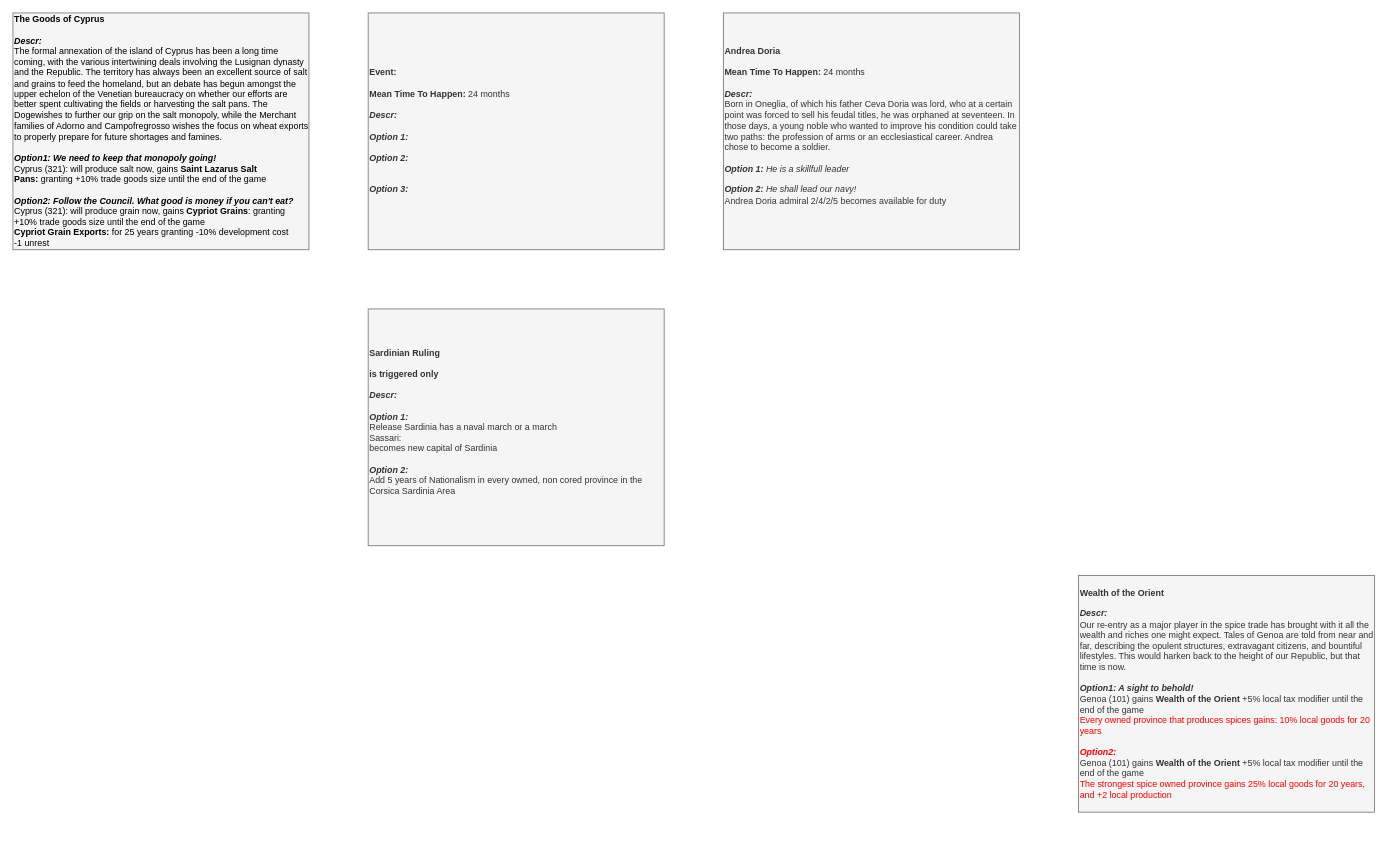
Earlier version of the draw.io diagram page "Events" (2 of 3) of It's Pesto Time/It's Pesto Time 0.2.drawio (Melvasul/Missions-Expanded). Source tidied: cells renumbered, new cells numbered last; positions are measured from the earlier drawing's top-left corner, leaving out a move shared by most shapes. Both pictures are drawn from the tidied source at 74%, with x=0, y=0 at pixel (13, 13).
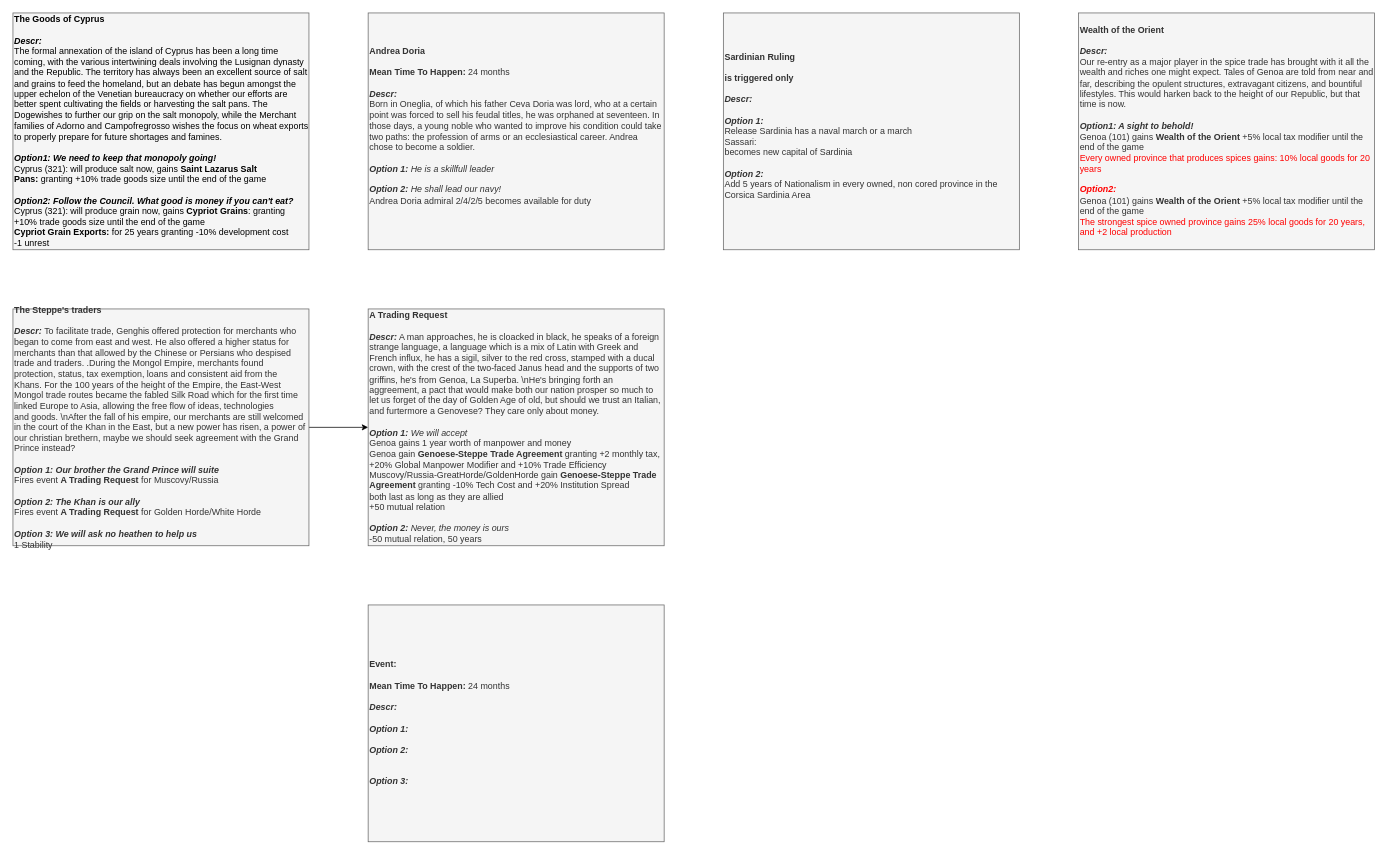
After the change.

Diff of the diagram source:
```diff
@@
 <mxGraphModel>
   <root>
     <mxCell id="0" />
     <mxCell id="1" parent="0" />
     <mxCell id="2" value="&lt;div style=&quot;font-size: 12px&quot;&gt;&lt;b&gt;Event:&lt;/b&gt;&lt;/div&gt;&lt;div style=&quot;font-size: 12px&quot;&gt;&lt;b&gt;&lt;br&gt;&lt;/b&gt;&lt;/div&gt;&lt;div style=&quot;font-size: 12px&quot;&gt;&lt;b&gt;Mean Time To Happen: &lt;/b&gt;24 months&lt;/div&gt;&lt;div style=&quot;font-size: 12px&quot;&gt;&lt;b&gt;&lt;br&gt;&lt;/b&gt;&lt;/div&gt;&lt;div&gt;&lt;font&gt;&lt;div style=&quot;font-size: 12px&quot;&gt;&lt;b style=&quot;font-size: 12px&quot;&gt;&lt;i style=&quot;font-size: 12px&quot;&gt;Descr:&lt;/i&gt;&lt;/b&gt;&lt;/div&gt;&lt;/font&gt;&lt;/div&gt;&lt;div&gt;&lt;br&gt;&lt;/div&gt;&lt;div style=&quot;font-size: 12px&quot;&gt;&lt;/div&gt;&lt;font&gt;&lt;b style=&quot;font-size: 12px ; font-style: italic&quot;&gt;Option 1:&lt;/b&gt;&lt;span style=&quot;font-size: 12px ; font-style: italic&quot;&gt; &lt;/span&gt;&lt;br&gt;&lt;br&gt;&lt;span style=&quot;font-size: 12px&quot;&gt;&lt;i&gt;&lt;b&gt;Option 2:&lt;/b&gt;&amp;nbsp;&lt;/i&gt;&lt;/span&gt;&lt;br&gt;&lt;div&gt;&lt;br&gt;&lt;/div&gt;&lt;div&gt;&lt;br&gt;&lt;/div&gt;&lt;div&gt;&lt;i style=&quot;font-weight: bold&quot;&gt;Option 3:&amp;nbsp;&lt;/i&gt;&lt;/div&gt;&lt;/font&gt;" style="rounded=0;whiteSpace=wrap;html=1;align=left;fontSize=12;fillColor=#f5f5f5;strokeColor=#666666;fontColor=#333333;" parent="1" vertex="1">
-      <mxGeometry x="480" width="400" height="320" as="geometry" />
+      <mxGeometry x="480" y="800" width="400" height="320" as="geometry" />
     </mxCell>
     <mxCell id="3" value="&lt;div style=&quot;font-size: 12px&quot;&gt;&lt;b&gt;Andrea Doria&lt;/b&gt;&lt;/div&gt;&lt;div style=&quot;font-size: 12px&quot;&gt;&lt;b&gt;&lt;br&gt;&lt;/b&gt;&lt;/div&gt;&lt;div style=&quot;font-size: 12px&quot;&gt;&lt;b&gt;Mean Time To Happen: &lt;/b&gt;24 months&lt;/div&gt;&lt;div style=&quot;font-size: 12px&quot;&gt;&lt;b&gt;&lt;br&gt;&lt;/b&gt;&lt;/div&gt;&lt;div&gt;&lt;font&gt;&lt;div style=&quot;font-size: 12px&quot;&gt;&lt;b style=&quot;font-size: 12px&quot;&gt;&lt;i style=&quot;font-size: 12px&quot;&gt;Descr:&lt;/i&gt;&lt;/b&gt;&lt;/div&gt;&lt;/font&gt;&lt;/div&gt;&lt;div&gt;Born in Oneglia, of which his father Ceva Doria was lord, who at a certain point was forced to sell his feudal titles, he was orphaned at seventeen. In those days, a young noble who wanted to improve his condition could take two paths: the profession of arms or an ecclesiastical career. Andrea chose to become a soldier.&lt;br&gt;&lt;/div&gt;&lt;div&gt;&lt;br&gt;&lt;/div&gt;&lt;div style=&quot;font-size: 12px&quot;&gt;&lt;/div&gt;&lt;font&gt;&lt;b style=&quot;font-size: 12px ; font-style: italic&quot;&gt;Option 1:&lt;/b&gt;&lt;span style=&quot;font-size: 12px ; font-style: italic&quot;&gt;&amp;nbsp;He is a skillfull leader&lt;/span&gt;&lt;br&gt;&lt;br&gt;&lt;span style=&quot;font-size: 12px&quot;&gt;&lt;i&gt;&lt;b&gt;Option 2:&lt;/b&gt;&amp;nbsp;He shall lead our navy!&lt;br&gt;&lt;/i&gt;&lt;/span&gt;Andrea Doria admiral 2/4/2/5 becomes available for duty&lt;br&gt;&lt;div&gt;&lt;br&gt;&lt;/div&gt;&lt;/font&gt;" style="rounded=0;whiteSpace=wrap;html=1;align=left;fontSize=12;fillColor=#f5f5f5;strokeColor=#666666;fontColor=#333333;" parent="1" vertex="1">
-      <mxGeometry x="960" width="400" height="320" as="geometry" />
+      <mxGeometry x="480" width="400" height="320" as="geometry" />
     </mxCell>
     <mxCell id="4" value="&lt;div style=&quot;font-size: 12px&quot;&gt;&lt;b&gt;Sardinian Ruling&lt;/b&gt;&lt;/div&gt;&lt;div style=&quot;font-size: 12px&quot;&gt;&lt;b&gt;&lt;br&gt;&lt;/b&gt;&lt;/div&gt;&lt;div style=&quot;font-size: 12px&quot;&gt;&lt;b&gt;is triggered only&lt;/b&gt;&lt;/div&gt;&lt;div style=&quot;font-size: 12px&quot;&gt;&lt;b&gt;&lt;br&gt;&lt;/b&gt;&lt;/div&gt;&lt;div&gt;&lt;font&gt;&lt;div style=&quot;font-size: 12px&quot;&gt;&lt;b style=&quot;font-size: 12px&quot;&gt;&lt;i style=&quot;font-size: 12px&quot;&gt;Descr:&lt;/i&gt;&lt;/b&gt;&lt;/div&gt;&lt;/font&gt;&lt;/div&gt;&lt;div&gt;&lt;br&gt;&lt;/div&gt;&lt;div style=&quot;font-size: 12px&quot;&gt;&lt;/div&gt;&lt;font&gt;&lt;b style=&quot;font-size: 12px ; font-style: italic&quot;&gt;Option 1:&lt;/b&gt;&lt;span style=&quot;font-size: 12px ; font-style: italic&quot;&gt; &lt;/span&gt;&lt;br&gt;Release Sardinia has a naval march or a march&lt;br&gt;Sassari:&lt;br&gt;becomes new capital of Sardinia&lt;br&gt;&lt;br&gt;&lt;span style=&quot;font-size: 12px&quot;&gt;&lt;i&gt;&lt;b&gt;Option 2:&lt;/b&gt;&amp;nbsp;&lt;/i&gt;&lt;/span&gt;&lt;br&gt;&lt;div&gt;Add 5 years of Nationalism in every owned, non cored province in the Corsica Sardinia Area&lt;/div&gt;&lt;div&gt;&lt;br&gt;&lt;/div&gt;&lt;/font&gt;" style="rounded=0;whiteSpace=wrap;html=1;align=left;fontSize=12;fillColor=#f5f5f5;strokeColor=#666666;fontColor=#333333;" parent="1" vertex="1">
-      <mxGeometry x="480" y="400" width="400" height="320" as="geometry" />
+      <mxGeometry x="960" width="400" height="320" as="geometry" />
     </mxCell>
     <mxCell id="5" value="&lt;div&gt;&lt;font color=&quot;#000000&quot;&gt;&lt;b&gt;The Goods of Cyprus&lt;/b&gt;&lt;br&gt;&lt;/font&gt;&lt;/div&gt;&lt;div&gt;&lt;b&gt;&lt;font color=&quot;#000000&quot;&gt;&lt;br&gt;&lt;/font&gt;&lt;/b&gt;&lt;/div&gt;&lt;div&gt;&lt;font color=&quot;#000000&quot;&gt;&lt;b&gt;&lt;i&gt;Descr:&lt;/i&gt;&lt;/b&gt;&amp;nbsp;&lt;/font&gt;&lt;/div&gt;&lt;div&gt;&lt;font color=&quot;#000000&quot;&gt;The formal annexation of the island of Cyprus has been a long time coming, with the various intertwining deals involving the Lusignan dynasty and the Republic. The territory has always been an excellent source of salt and grains to feed the homeland, but an debate has begun amongst the upper echelon of the Venetian bureaucracy on whether our efforts are better spent cultivating the fields or harvesting the salt pans. The Dogewishes to further our grip on the salt monopoly, while the Merchant families of Adorno and Campofregrosso wishes the focus on wheat exports to properly prepare for future shortages and famines.&lt;/font&gt;&lt;/div&gt;&lt;div style=&quot;font-size: 12px&quot;&gt;&lt;span style=&quot;font-size: 12px&quot;&gt;&lt;font color=&quot;#000000&quot;&gt;&lt;br style=&quot;font-size: 12px&quot;&gt;&lt;/font&gt;&lt;/span&gt;&lt;/div&gt;&lt;div style=&quot;font-size: 12px&quot;&gt;&lt;font color=&quot;#000000&quot;&gt;&lt;b&gt;&lt;i&gt;Option1:&amp;nbsp;&lt;/i&gt;&lt;/b&gt;&lt;i&gt;&lt;b&gt;We need to keep that monopoly going!&lt;/b&gt;&lt;/i&gt;&lt;/font&gt;&lt;/div&gt;&lt;div style=&quot;font-size: 12px&quot;&gt;&lt;font color=&quot;#000000&quot;&gt;&lt;span&gt;Cyprus (321): will produce salt now,&amp;nbsp;&lt;/span&gt;&lt;span&gt;gains&amp;nbsp;&lt;/span&gt;&lt;b&gt;Saint Lazarus Salt Pans&lt;/b&gt;&lt;b&gt;:&lt;/b&gt;&lt;span&gt;&amp;nbsp;granting&amp;nbsp;+10% trade goods size until the end of the game&lt;/span&gt;&lt;/font&gt;&lt;/div&gt;&lt;div style=&quot;font-size: 12px&quot;&gt;&lt;font color=&quot;#000000&quot;&gt;&lt;br&gt;&lt;/font&gt;&lt;/div&gt;&lt;div style=&quot;font-size: 12px&quot;&gt;&lt;font color=&quot;#000000&quot;&gt;&lt;b&gt;&lt;i&gt;Option2:&amp;nbsp;&lt;/i&gt;&lt;/b&gt;&lt;span&gt;&lt;b&gt;&lt;i&gt;Follow the Council. What good is money if you can't eat?&lt;/i&gt;&lt;/b&gt;&lt;/span&gt;&lt;/font&gt;&lt;/div&gt;&lt;div&gt;&lt;div style=&quot;font-size: 12px&quot;&gt;&lt;font color=&quot;#000000&quot;&gt;Cyprus (321): will produce grain now,&amp;nbsp;&lt;span&gt;gains &lt;/span&gt;&lt;b&gt;Cypriot Grains&lt;/b&gt;&lt;span&gt;: granting +10% trade goods size until the end of the game&lt;/span&gt;&lt;/font&gt;&lt;/div&gt;&lt;div&gt;&lt;font color=&quot;#000000&quot;&gt;&lt;b&gt;Cypriot Grain Exports:&lt;/b&gt;&amp;nbsp;for 25 years granting -10% development cost&lt;br&gt;&lt;/font&gt;&lt;/div&gt;&lt;div&gt;&lt;font color=&quot;#000000&quot;&gt;-1 unrest&lt;/font&gt;&lt;/div&gt;&lt;/div&gt;" style="rounded=0;whiteSpace=wrap;html=1;fillColor=#f5f5f5;strokeColor=#666666;fontSize=12;align=left;fontColor=#333333;" parent="1" vertex="1">
       <mxGeometry width="400" height="320" as="geometry" />
     </mxCell>
     <mxCell id="6" value="&lt;div&gt;&lt;b&gt;Wealth of the Orient&lt;/b&gt;&lt;br&gt;&lt;/div&gt;&lt;div&gt;&lt;b&gt;&lt;br&gt;&lt;/b&gt;&lt;/div&gt;&lt;div&gt;&lt;b&gt;&lt;i&gt;Descr:&lt;/i&gt;&lt;/b&gt;&amp;nbsp;&lt;/div&gt;Our re-entry as a major player in the spice trade has brought with it all the wealth and riches one might expect. Tales of Genoa are told from near and far, describing the opulent structures, extravagant citizens, and bountiful lifestyles. This would harken back to the height of our Republic, but that time is now.&lt;div&gt;&lt;br&gt;&lt;/div&gt;&lt;div style=&quot;font-size: 12px&quot;&gt;&lt;/div&gt;&lt;b&gt;&lt;i&gt;Option1: A sight to behold!&lt;/i&gt;&lt;/b&gt;&lt;br class=&quot;Apple-interchange-newline&quot;&gt;Genoa (101) gains&amp;nbsp;&lt;b&gt;Wealth of the Orient&lt;/b&gt;&amp;nbsp;+5% local tax modifier until the end of the game&lt;div&gt;&lt;font color=&quot;#ff0000&quot;&gt;Every owned province that produces spices gains: 10% local goods for 20 years&lt;/font&gt;&lt;/div&gt;&lt;div&gt;&lt;font color=&quot;#ff0000&quot;&gt;&lt;br&gt;&lt;/font&gt;&lt;/div&gt;&lt;div&gt;&lt;font color=&quot;#ff0000&quot;&gt;&lt;b&gt;&lt;i&gt;Option2:&lt;/i&gt;&lt;/b&gt;&lt;/font&gt;&lt;/div&gt;Genoa (101) gains&amp;nbsp;&lt;b&gt;Wealth of the Orient&lt;/b&gt;&amp;nbsp;+5% local tax modifier until the end of the game&lt;div&gt;&lt;font color=&quot;#ff0000&quot;&gt;The strongest spice owned province gains 25% local goods for 20 years, and +2 local production&lt;/font&gt;&lt;/div&gt;" style="rounded=0;whiteSpace=wrap;html=1;fillColor=#f5f5f5;strokeColor=#666666;fontSize=12;align=left;fontColor=#333333;" parent="1" vertex="1">
-      <mxGeometry x="1440" y="760" width="400" height="320" as="geometry" />
+      <mxGeometry x="1440" width="400" height="320" as="geometry" />
     </mxCell>
+    <mxCell id="7" style="edgeStyle=orthogonalEdgeStyle;rounded=0;jettySize=auto;html=1;exitX=1;exitY=0.5;exitDx=0;exitDy=0;" parent="1" edge="1" source="8" target="9">
+      <mxGeometry relative="1" as="geometry" />
+    </mxCell>
+    <mxCell id="8" value="&lt;div style=&quot;font-size: 12px&quot;&gt;&lt;/div&gt;&lt;b&gt;The Steppe's traders&lt;br&gt;&lt;/b&gt;&lt;div style=&quot;font-size: 12px&quot;&gt;&lt;b&gt;&lt;br&gt;&lt;/b&gt;&lt;/div&gt;&lt;div&gt;&lt;font&gt;&lt;div style=&quot;font-size: 12px&quot;&gt;&lt;b style=&quot;font-size: 12px&quot;&gt;&lt;i style=&quot;font-size: 12px&quot;&gt;Descr:&amp;nbsp;&lt;/i&gt;&lt;/b&gt;&lt;span&gt;To facilitate trade, Genghis offered protection for merchants who began to come from east and west. He also offered a higher status for &lt;br&gt;merchants than that allowed by the Chinese or Persians who despised &lt;br&gt;trade and traders. .During the Mongol Empire, merchants found &lt;br&gt;protection, status, tax exemption, loans and consistent aid from the &lt;br&gt;Khans. For the 100 years of the height of the Empire, the East-West &lt;br&gt;Mongol trade routes became the fabled Silk Road which for the first time&lt;br&gt; linked Europe to Asia, allowing the free flow of ideas, technologies &lt;br&gt;and goods. \nAfter the fall of his empire, our merchants are still welcomed in the court of the Khan in the East, but a new power has risen, a power of our christian brethern, maybe we should seek agreement with the Grand Prince instead?&lt;/span&gt;&lt;/div&gt;&lt;/font&gt;&lt;/div&gt;&lt;div&gt;&lt;br&gt;&lt;/div&gt;&lt;div style=&quot;font-size: 12px&quot;&gt;&lt;/div&gt;&lt;font&gt;&lt;b style=&quot;font-size: 12px ; font-style: italic&quot;&gt;Option 1:&lt;/b&gt;&lt;span style=&quot;font-size: 12px ; font-style: italic&quot;&gt;&amp;nbsp;&lt;b&gt;Our brother the Grand Prince will suite&lt;/b&gt;&lt;/span&gt;&lt;br&gt;Fires event &lt;b&gt;A Trading Request&lt;/b&gt;&amp;nbsp;for Muscovy/Russia&lt;br&gt;&lt;br&gt;&lt;span style=&quot;font-size: 12px&quot;&gt;&lt;i&gt;&lt;b&gt;Option 2:&lt;/b&gt;&amp;nbsp;&lt;b&gt;The Khan is our ally&lt;/b&gt;&lt;br&gt;&lt;/i&gt;&lt;/span&gt;&lt;div&gt;Fires event&amp;nbsp;&lt;b&gt;A Trading Request&lt;/b&gt;&amp;nbsp;for Golden Horde/White Horde&lt;br&gt;&lt;/div&gt;&lt;div&gt;&lt;br&gt;&lt;/div&gt;&lt;div&gt;&lt;i style=&quot;font-weight: bold&quot;&gt;Option 3: We will ask no heathen to help us&lt;/i&gt;&lt;/div&gt;&lt;div&gt;1 Stability&lt;/div&gt;&lt;/font&gt;" style="rounded=0;whiteSpace=wrap;html=1;align=left;fontSize=12;fillColor=#f5f5f5;strokeColor=#666666;fontColor=#333333;" parent="1" vertex="1">
+      <mxGeometry y="400" width="400" height="320" as="geometry" />
+    </mxCell>
+    <mxCell id="9" value="&lt;div style=&quot;font-size: 12px&quot;&gt;&lt;/div&gt;&lt;b&gt;A Trading Request&lt;br&gt;&lt;/b&gt;&lt;div style=&quot;font-size: 12px&quot;&gt;&lt;b&gt;&lt;br&gt;&lt;/b&gt;&lt;/div&gt;&lt;div&gt;&lt;font&gt;&lt;div style=&quot;font-size: 12px&quot;&gt;&lt;span style=&quot;font-size: 12px&quot;&gt;&lt;span style=&quot;font-size: 12px&quot;&gt;&lt;b style=&quot;font-style: italic&quot;&gt;Descr:&lt;/b&gt; A man approaches, he is cloacked in black, he speaks of a foreign strange language, a language which is a mix of Latin with Greek and French influx, he has a sigil,&amp;nbsp;&lt;/span&gt;&lt;/span&gt;&lt;span&gt;silver to the red cross, stamped with a ducal crown, with the crest of the two-faced Janus head and the supports of two griffins, he's from Genoa, La Superba. \nHe's bringing forth an aggreement, a pact that would make both our nation prosper so much to let us forget of the day of Golden Age of old, but should we trust an Italian, and furtermore a Genovese? They care only about money.&lt;/span&gt;&lt;/div&gt;&lt;/font&gt;&lt;/div&gt;&lt;div&gt;&lt;br&gt;&lt;/div&gt;&lt;div style=&quot;font-size: 12px&quot;&gt;&lt;/div&gt;&lt;font&gt;&lt;b style=&quot;font-size: 12px ; font-style: italic&quot;&gt;Option 1:&lt;/b&gt;&lt;span style=&quot;font-size: 12px ; font-style: italic&quot;&gt;&amp;nbsp;We will accept&lt;/span&gt;&lt;br&gt;Genoa gains 1 year worth of manpower and money&lt;br&gt;Genoa gain&amp;nbsp;&lt;b&gt;Genoese-Steppe Trade Agreement&amp;nbsp;&lt;/b&gt;granting +2 monthly tax, +20% Global Manpower Modifier and +10% Trade Efficiency&lt;br&gt;Muscovy/Russia-GreatHorde/GoldenHorde gain&amp;nbsp;&lt;b&gt;Genoese-Steppe Trade Agreement&lt;/b&gt;&amp;nbsp;granting -10% Tech Cost and +20% Institution Spread&lt;br&gt;both last as long as they are allied&lt;br&gt;+50 mutual relation&lt;br&gt;&lt;br&gt;&lt;span style=&quot;font-size: 12px&quot;&gt;&lt;b style=&quot;font-style: italic&quot;&gt;Option 2:&lt;/b&gt;&lt;i&gt;&amp;nbsp;Never, the money is ours&lt;/i&gt;&lt;br&gt;-50 mutual relation, 50 years&lt;br&gt;&lt;/span&gt;&lt;/font&gt;" style="rounded=0;whiteSpace=wrap;html=1;align=left;fontSize=12;fillColor=#f5f5f5;strokeColor=#666666;fontColor=#333333;" parent="1" vertex="1">
+      <mxGeometry x="480" y="400" width="400" height="320" as="geometry" />
+    </mxCell>
   </root>
 </mxGraphModel>
```
